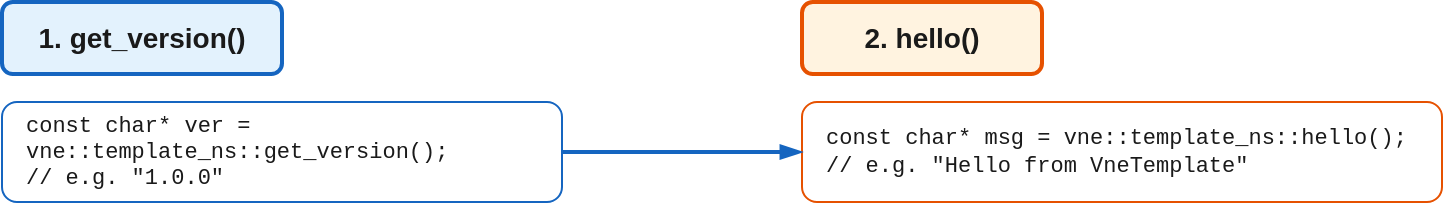
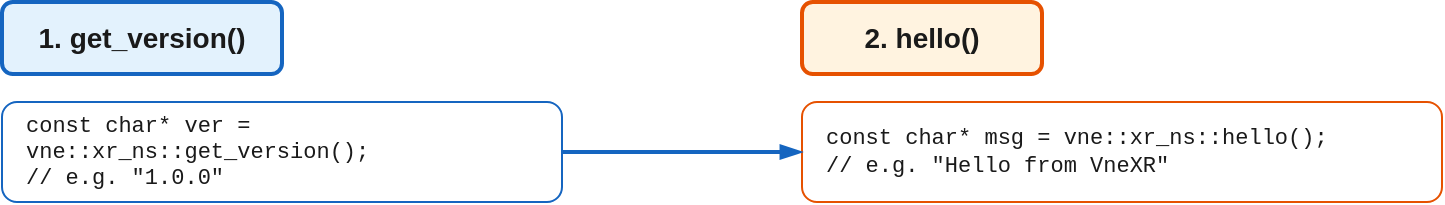
<mxfile host="65bd71144e">
    <diagram name="Public API" id="api">
        <mxGraphModel dx="910" dy="770" grid="1" gridSize="10" guides="1" tooltips="1" connect="1" arrows="1" fold="1" page="1" pageScale="1" pageWidth="1200" pageHeight="800" math="0" shadow="0">
            <root>
                <mxCell id="0"/>
                <mxCell id="1" parent="0"/>
                <mxCell id="step1" value="1. get_version()" style="rounded=1;whiteSpace=wrap;html=1;fillColor=#e3f2fd;strokeColor=#1565c0;strokeWidth=2;fontSize=14;fontStyle=1;fontColor=#1a1a1a;" vertex="1" parent="1">
                    <mxGeometry x="80" y="80" width="140" height="36" as="geometry"/>
                </mxCell>
-                 <mxCell id="code1" value="const char* ver = vne::template_ns::get_version();&#10;// e.g. &quot;1.0.0&quot;" style="rounded=1;whiteSpace=wrap;html=1;fillColor=#ffffff;strokeColor=#1565c0;align=left;verticalAlign=middle;spacingLeft=10;fontSize=11;fontFamily=Courier New;fontColor=#1a1a1a;" vertex="1" parent="1">
+                 <mxCell id="code1" value="const char* ver = vne::xr_ns::get_version();&#10;// e.g. &quot;1.0.0&quot;" style="rounded=1;whiteSpace=wrap;html=1;fillColor=#ffffff;strokeColor=#1565c0;align=left;verticalAlign=middle;spacingLeft=10;fontSize=11;fontFamily=Courier New;fontColor=#1a1a1a;" vertex="1" parent="1">
                    <mxGeometry x="80" y="130" width="280" height="50" as="geometry"/>
                </mxCell>
                <mxCell id="step2" value="2. hello()" style="rounded=1;whiteSpace=wrap;html=1;fillColor=#fff3e0;strokeColor=#e65100;strokeWidth=2;fontSize=14;fontStyle=1;fontColor=#1a1a1a;" vertex="1" parent="1">
                    <mxGeometry x="480" y="80" width="120" height="36" as="geometry"/>
                </mxCell>
-                 <mxCell id="code2" value="const char* msg = vne::template_ns::hello();&#10;// e.g. &quot;Hello from VneTemplate&quot;" style="rounded=1;whiteSpace=wrap;html=1;fillColor=#ffffff;strokeColor=#e65100;align=left;verticalAlign=middle;spacingLeft=10;fontSize=11;fontFamily=Courier New;fontColor=#1a1a1a;" vertex="1" parent="1">
+                 <mxCell id="code2" value="const char* msg = vne::xr_ns::hello();&#10;// e.g. &quot;Hello from VneXR&quot;" style="rounded=1;whiteSpace=wrap;html=1;fillColor=#ffffff;strokeColor=#e65100;align=left;verticalAlign=middle;spacingLeft=10;fontSize=11;fontFamily=Courier New;fontColor=#1a1a1a;" vertex="1" parent="1">
                    <mxGeometry x="480" y="130" width="320" height="50" as="geometry"/>
                </mxCell>
                <mxCell id="arr1" style="endArrow=blockThin;endFill=1;html=1;strokeWidth=2;strokeColor=#1565c0;exitX=1;exitY=0.5;exitDx=0;exitDy=0;entryX=0;entryY=0.5;entryDx=0;entryDy=0;" edge="1" parent="1" source="code1" target="code2">
                    <mxGeometry relative="1" as="geometry"/>
                </mxCell>
            </root>
        </mxGraphModel>
    </diagram>
</mxfile>
